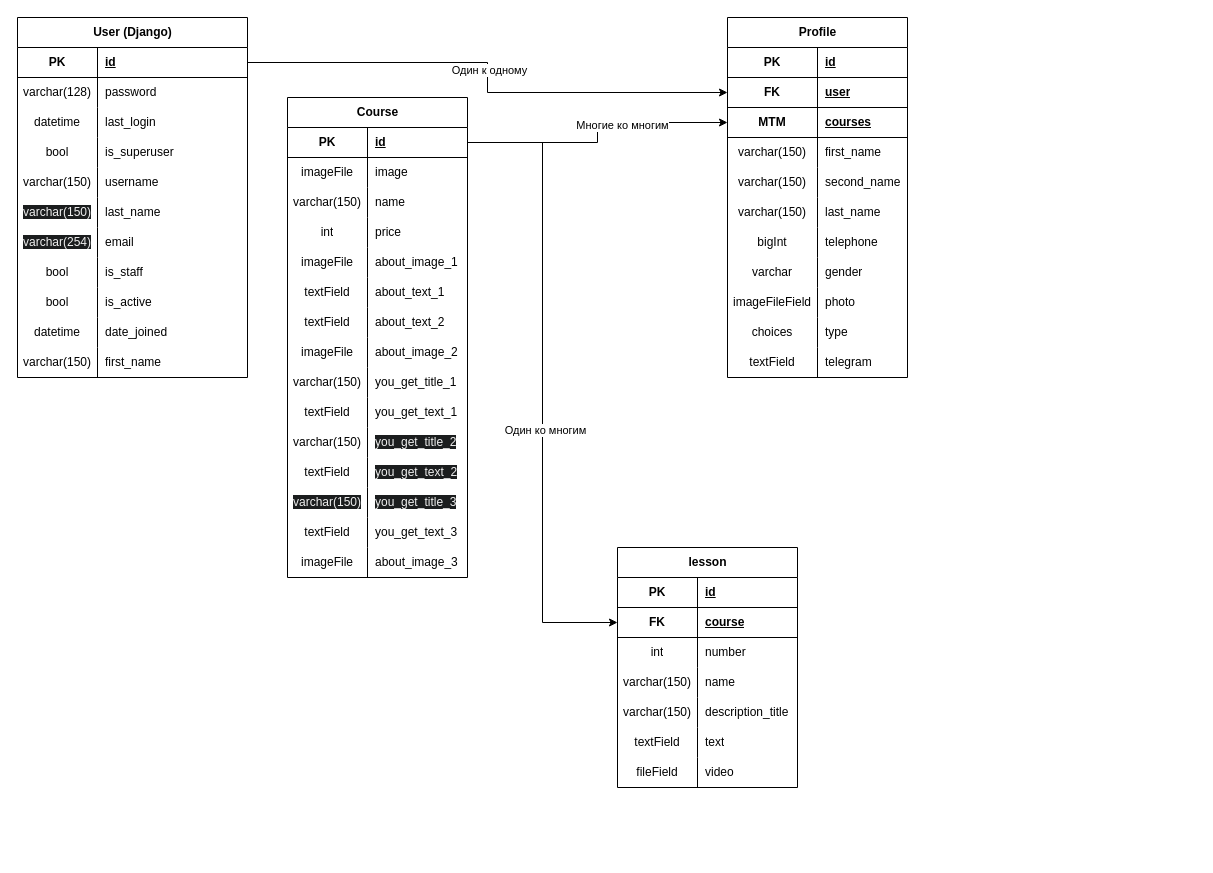
Earlier version of the draw.io diagram database_tables_diagram.drawio (Rade16/All-in-school-React). Source tidied: cells renumbered, new cells numbered last; positions are measured from the earlier drawing's top-left corner, leaving out a move shared by most shapes. Both pictures are drawn from the tidied source at 100%, with x=0, y=0 at pixel (17, 17).
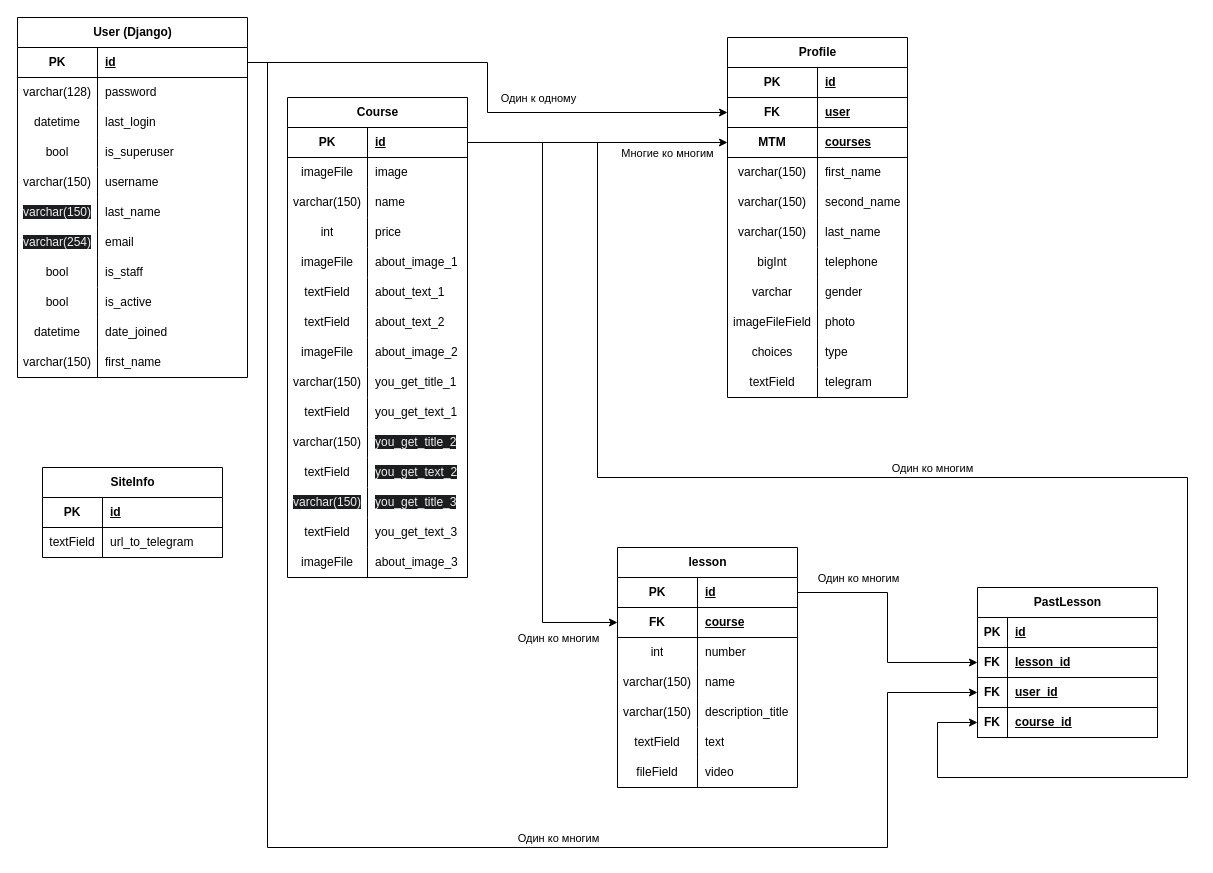
Above is the later version.

The change refers to these unchanged cells:
```xml
<mxCell id="3" style="shape=tableRow;horizontal=0;startSize=0;swimlaneHead=0;swimlaneBody=0;fillColor=none;points=[[0,0.5],[1,0.5]];portConstraint=eastwest;top=0;left=0;right=0;bottom=1;" parent="2" vertex="1">
  <mxGeometry y="30" width="230" height="30" as="geometry" />
</mxCell>
<mxCell id="70" style="edgeStyle=orthogonalEdgeStyle;rounded=0;jettySize=auto;html=1;exitX=1;exitY=0.5;exitDx=0;exitDy=0;entryX=0;entryY=0.5;entryDx=0;entryDy=0;" parent="1" edge="1" source="3" target="40">
  <mxGeometry relative="1" as="geometry" />
</mxCell>
<mxCell id="73" style="shape=tableRow;horizontal=0;startSize=0;swimlaneHead=0;swimlaneBody=0;fillColor=none;points=[[0,0.5],[1,0.5]];portConstraint=eastwest;top=0;left=0;right=0;bottom=1;" parent="72" vertex="1">
  <mxGeometry y="30" width="180" height="30" as="geometry" />
</mxCell>
<mxCell id="118" style="edgeStyle=orthogonalEdgeStyle;rounded=0;jettySize=auto;html=1;exitX=1;exitY=0.5;exitDx=0;exitDy=0;entryX=0;entryY=0.5;entryDx=0;entryDy=0;" parent="1" edge="1" source="73" target="43">
  <mxGeometry relative="1" as="geometry" />
</mxCell>
<mxCell id="121" style="shape=tableRow;horizontal=0;startSize=0;swimlaneHead=0;swimlaneBody=0;fillColor=none;points=[[0,0.5],[1,0.5]];portConstraint=eastwest;top=0;left=0;right=0;bottom=1;" parent="120" vertex="1">
  <mxGeometry y="30" width="180" height="30" as="geometry" />
</mxCell>
<mxCell id="142" style="edgeStyle=orthogonalEdgeStyle;rounded=0;jettySize=auto;html=1;exitX=1;exitY=0.5;exitDx=0;exitDy=0;entryX=0;entryY=0.5;entryDx=0;entryDy=0;" parent="1" edge="1" source="73" target="124">
  <mxGeometry relative="1" as="geometry" />
</mxCell>
```

The edit, as a diff of the source:
```diff
@@
     <mxCell id="36" value="Profile" style="shape=table;startSize=30;childLayout=tableLayout;rowLines=0;fontStyle=1;align=center;html=1;" parent="1" vertex="1">
-      <mxGeometry x="710" width="180" height="360" as="geometry" />
+      <mxGeometry x="710" y="20" width="180" height="360" as="geometry" />
     </mxCell>
@@
     <mxCell id="71" value="Один к одному" style="edgeLabel;html=1;align=center;verticalAlign=middle;" parent="70" vertex="1">
-      <mxGeometry x="-0.03" y="1" relative="1" as="geometry" />
+      <mxGeometry x="-0.03" y="1" relative="1" as="geometry">
+        <mxPoint x="49" y="18" as="offset" />
+      </mxGeometry>
     </mxCell>
@@
     <mxCell id="119" value="Многие ко многим" style="edgeLabel;html=1;align=center;verticalAlign=middle;" parent="118" vertex="1">
-      <mxGeometry x="0.24" y="-2" relative="1" as="geometry" />
+      <mxGeometry x="0.24" y="-2" relative="1" as="geometry">
+        <mxPoint x="38" y="8" as="offset" />
+      </mxGeometry>
     </mxCell>
@@
     <mxCell id="143" value="Один ко многим" style="edgeLabel;html=1;align=center;verticalAlign=middle;" parent="142" vertex="1">
-      <mxGeometry x="0.15" y="2" relative="1" as="geometry" />
+      <mxGeometry x="0.15" y="2" relative="1" as="geometry">
+        <mxPoint x="13" y="208" as="offset" />
+      </mxGeometry>
     </mxCell>
+    <mxCell id="144" value="PastLesson" style="shape=table;startSize=30;childLayout=tableLayout;rowLines=0;fontStyle=1;align=center;html=1;" parent="1" vertex="1">
+      <mxGeometry x="960" y="570" width="180" height="150" as="geometry" />
+    </mxCell>
+    <mxCell id="145" style="shape=tableRow;horizontal=0;startSize=0;swimlaneHead=0;swimlaneBody=0;fillColor=none;top=0;left=0;right=0;bottom=1;" parent="144" vertex="1">
+      <mxGeometry y="30" width="180" height="30" as="geometry" />
+    </mxCell>
+    <mxCell id="146" value="PK" style="shape=partialRectangle;fillColor=none;top=0;left=0;bottom=0;right=0;fontStyle=1;overflow=hidden;whiteSpace=wrap;html=1;" parent="145" vertex="1">
+      <mxGeometry width="30" height="30" as="geometry" />
+    </mxCell>
+    <mxCell id="147" value="id" style="shape=partialRectangle;fillColor=none;top=0;left=0;bottom=0;right=0;align=left;spacingLeft=6;fontStyle=5;overflow=hidden;whiteSpace=wrap;html=1;" parent="145" vertex="1">
+      <mxGeometry x="30" width="150" height="30" as="geometry" />
+    </mxCell>
+    <mxCell id="148" style="shape=tableRow;horizontal=0;startSize=0;swimlaneHead=0;swimlaneBody=0;fillColor=none;points=[[0,0.5],[1,0.5]];portConstraint=eastwest;top=0;left=0;right=0;bottom=1;" parent="144" vertex="1">
+      <mxGeometry y="60" width="180" height="30" as="geometry" />
+    </mxCell>
+    <mxCell id="149" value="FK" style="shape=partialRectangle;fillColor=none;top=0;left=0;bottom=0;right=0;fontStyle=1;overflow=hidden;whiteSpace=wrap;html=1;" parent="148" vertex="1">
+      <mxGeometry width="30" height="30" as="geometry" />
+    </mxCell>
+    <mxCell id="150" value="lesson_id" style="shape=partialRectangle;fillColor=none;top=0;left=0;bottom=0;right=0;align=left;spacingLeft=6;fontStyle=5;overflow=hidden;whiteSpace=wrap;html=1;" parent="148" vertex="1">
+      <mxGeometry x="30" width="150" height="30" as="geometry" />
+    </mxCell>
+    <mxCell id="151" style="shape=tableRow;horizontal=0;startSize=0;swimlaneHead=0;swimlaneBody=0;fillColor=none;points=[[0,0.5],[1,0.5]];portConstraint=eastwest;top=0;left=0;right=0;bottom=1;" parent="144" vertex="1">
+      <mxGeometry y="90" width="180" height="30" as="geometry" />
+    </mxCell>
+    <mxCell id="152" value="FK" style="shape=partialRectangle;fillColor=none;top=0;left=0;bottom=0;right=0;fontStyle=1;overflow=hidden;whiteSpace=wrap;html=1;" parent="151" vertex="1">
+      <mxGeometry width="30" height="30" as="geometry" />
+    </mxCell>
+    <mxCell id="153" value="user_id" style="shape=partialRectangle;fillColor=none;top=0;left=0;bottom=0;right=0;align=left;spacingLeft=6;fontStyle=5;overflow=hidden;whiteSpace=wrap;html=1;" parent="151" vertex="1">
+      <mxGeometry x="30" width="150" height="30" as="geometry" />
+    </mxCell>
+    <mxCell id="154" style="shape=tableRow;horizontal=0;startSize=0;swimlaneHead=0;swimlaneBody=0;fillColor=none;points=[[0,0.5],[1,0.5]];portConstraint=eastwest;top=0;left=0;right=0;bottom=1;" parent="144" vertex="1">
+      <mxGeometry y="120" width="180" height="30" as="geometry" />
+    </mxCell>
+    <mxCell id="155" value="FK" style="shape=partialRectangle;fillColor=none;top=0;left=0;bottom=0;right=0;fontStyle=1;overflow=hidden;whiteSpace=wrap;html=1;" parent="154" vertex="1">
+      <mxGeometry width="30" height="30" as="geometry" />
+    </mxCell>
+    <mxCell id="156" value="course_id" style="shape=partialRectangle;fillColor=none;top=0;left=0;bottom=0;right=0;align=left;spacingLeft=6;fontStyle=5;overflow=hidden;whiteSpace=wrap;html=1;" parent="154" vertex="1">
+      <mxGeometry x="30" width="150" height="30" as="geometry" />
+    </mxCell>
+    <mxCell id="157" style="edgeStyle=orthogonalEdgeStyle;rounded=0;jettySize=auto;html=1;exitX=1;exitY=0.5;exitDx=0;exitDy=0;entryX=0;entryY=0.5;entryDx=0;entryDy=0;" parent="1" edge="1" source="121" target="148">
+      <mxGeometry relative="1" as="geometry" />
+    </mxCell>
+    <mxCell id="158" value="Один ко многим" style="edgeLabel;html=1;align=center;verticalAlign=middle;" parent="157" vertex="1">
+      <mxGeometry x="-0.48" y="-2" relative="1" as="geometry">
+        <mxPoint x="-5" y="-17" as="offset" />
+      </mxGeometry>
+    </mxCell>
+    <mxCell id="159" style="edgeStyle=orthogonalEdgeStyle;rounded=0;jettySize=auto;html=1;exitX=1;exitY=0.5;exitDx=0;exitDy=0;entryX=0;entryY=0.5;entryDx=0;entryDy=0;" parent="1" edge="1" source="3" target="151">
+      <mxGeometry relative="1" as="geometry">
+        <Array as="points">
+          <mxPoint x="250" y="45" />
+          <mxPoint x="250" y="830" />
+          <mxPoint x="870" y="830" />
+          <mxPoint x="870" y="675" />
+        </Array>
+      </mxGeometry>
+    </mxCell>
+    <mxCell id="160" value="Один ко многим" style="edgeLabel;html=1;align=center;verticalAlign=middle;" parent="159" vertex="1">
+      <mxGeometry x="0.3" y="-1" relative="1" as="geometry">
+        <mxPoint x="9" y="-11" as="offset" />
+      </mxGeometry>
+    </mxCell>
+    <mxCell id="161" style="edgeStyle=orthogonalEdgeStyle;rounded=0;jettySize=auto;html=1;exitX=1;exitY=0.5;exitDx=0;exitDy=0;entryX=0;entryY=0.5;entryDx=0;entryDy=0;" parent="1" edge="1" source="73" target="154">
+      <mxGeometry relative="1" as="geometry">
+        <Array as="points">
+          <mxPoint x="580" y="125" />
+          <mxPoint x="580" y="460" />
+          <mxPoint x="1170" y="460" />
+          <mxPoint x="1170" y="760" />
+          <mxPoint x="920" y="760" />
+          <mxPoint x="920" y="705" />
+        </Array>
+      </mxGeometry>
+    </mxCell>
+    <mxCell id="162" value="Один ко многим" style="edgeLabel;html=1;align=center;verticalAlign=middle;" parent="161" vertex="1">
+      <mxGeometry x="-0.06" y="-3" relative="1" as="geometry">
+        <mxPoint y="-13" as="offset" />
+      </mxGeometry>
+    </mxCell>
+    <mxCell id="163" value="SiteInfo" style="shape=table;startSize=30;childLayout=tableLayout;rowLines=0;fontStyle=1;align=center;html=1;" parent="1" vertex="1">
+      <mxGeometry x="25" y="450" width="180" height="90" as="geometry" />
+    </mxCell>
+    <mxCell id="164" style="shape=tableRow;horizontal=0;startSize=0;swimlaneHead=0;swimlaneBody=0;fillColor=none;top=0;left=0;right=0;bottom=1;" parent="163" vertex="1">
+      <mxGeometry y="30" width="180" height="30" as="geometry" />
+    </mxCell>
+    <mxCell id="165" value="PK" style="shape=partialRectangle;fillColor=none;top=0;left=0;bottom=0;right=0;fontStyle=1;overflow=hidden;whiteSpace=wrap;html=1;" parent="164" vertex="1">
+      <mxGeometry width="60" height="30" as="geometry" />
+    </mxCell>
+    <mxCell id="166" value="id" style="shape=partialRectangle;fillColor=none;top=0;left=0;bottom=0;right=0;align=left;spacingLeft=6;fontStyle=5;overflow=hidden;whiteSpace=wrap;html=1;" parent="164" vertex="1">
+      <mxGeometry x="60" width="120" height="30" as="geometry" />
+    </mxCell>
+    <mxCell id="167" style="shape=tableRow;horizontal=0;startSize=0;swimlaneHead=0;swimlaneBody=0;fillColor=none;top=0;left=0;right=0;bottom=0;" parent="163" vertex="1">
+      <mxGeometry y="60" width="180" height="30" as="geometry" />
+    </mxCell>
+    <mxCell id="168" value="textField" style="shape=partialRectangle;fillColor=none;top=0;left=0;bottom=0;right=0;overflow=hidden;whiteSpace=wrap;html=1;" parent="167" vertex="1">
+      <mxGeometry width="60" height="30" as="geometry" />
+    </mxCell>
+    <mxCell id="169" value="url_to_telegram" style="shape=partialRectangle;fillColor=none;top=0;left=0;bottom=0;right=0;align=left;spacingLeft=6;overflow=hidden;whiteSpace=wrap;html=1;" parent="167" vertex="1">
+      <mxGeometry x="60" width="120" height="30" as="geometry" />
+    </mxCell>
```
